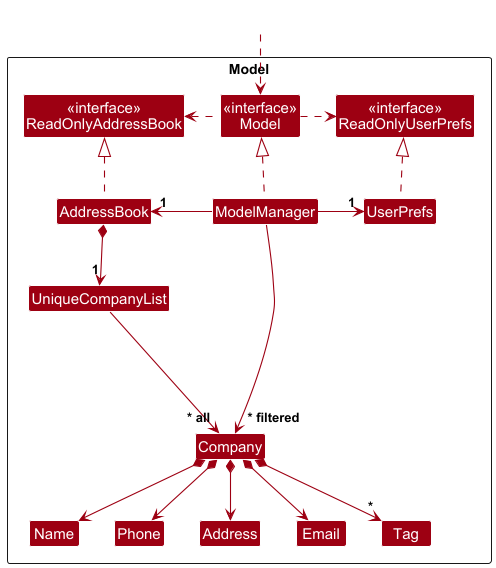
Earlier version of the PlantUML export docs/images/ModelClassDiagram.png (AY2526S1-CS2103T-F08a-1/tp).
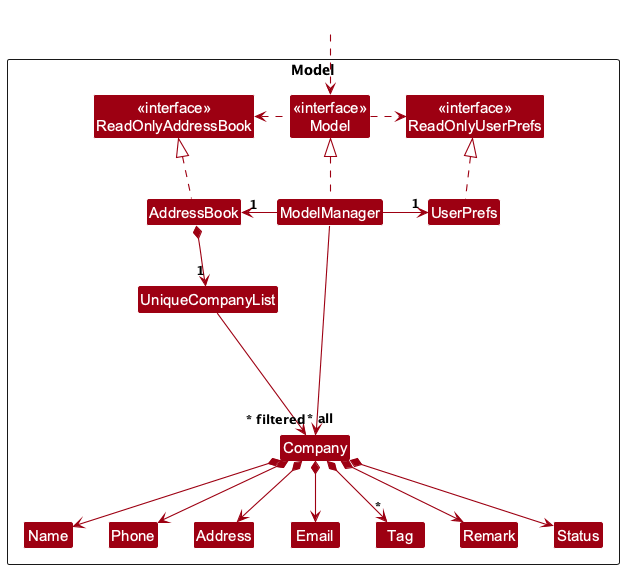
Later version of the same file.

Commit message:
Update model class diagram

What changed in the source:
```diff
@@ -19,6 +19,8 @@
 Class Name
 Class Phone
 Class Tag
+Class Remark
+Class Status
 
 Class I #FFFFFF
 }
@@ -42,6 +44,8 @@
 Company *--> Email
 Company *--> Address
 Company *--> "*" Tag
+Company *--> Remark
+Company *--> Status
 
 Company -[hidden]up--> I
 UniqueCompanyList -[hidden]right-> I
```
